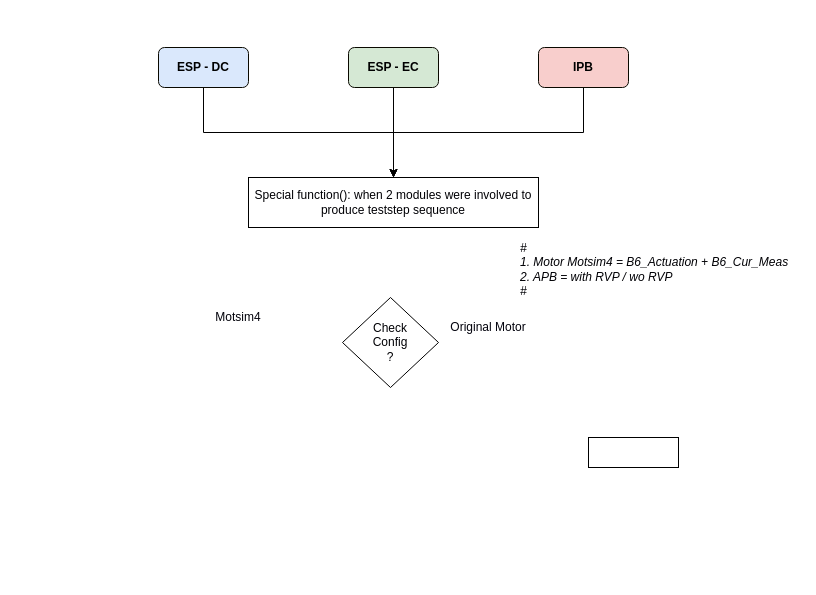
Manideep22/STT keeps this draw.io diagram as page "Page-2" (2 of 2) of Untitled Diagram.drawio. Above is the earlier version. Source tidied: cells renumbered, new cells numbered last; positions are measured from the earlier drawing's top-left corner, leaving out a move shared by most shapes. Both pictures are drawn from the tidied source at 100%, with x=0, y=0 at pixel (158, 47).
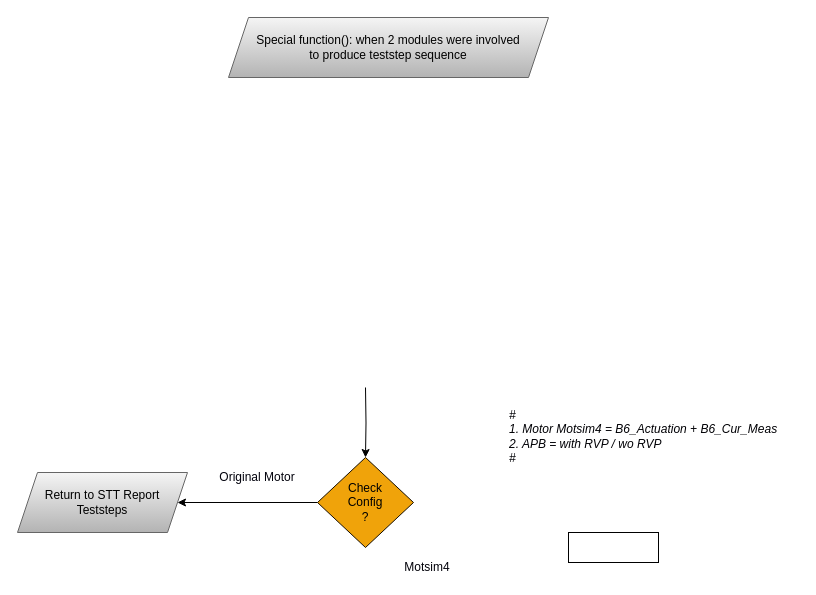
The same page after the edit.

What changed in the source:
```diff
@@
 <mxGraphModel>
   <root>
     <mxCell id="0" />
     <mxCell id="1" parent="0" />
-    <mxCell id="2" value="&lt;div&gt;&lt;br&gt;&lt;/div&gt;&lt;div&gt;Special function(): when 2 modules were involved to produce teststep sequence &lt;/div&gt;&lt;div&gt;&lt;br&gt;&lt;/div&gt;" style="rounded=0;whiteSpace=wrap;html=1;fontColor=#000005;" parent="1" vertex="1">
-      <mxGeometry x="90" y="130" width="290" height="50" as="geometry" />
-    </mxCell>
     <mxCell id="3" value="&lt;div align=&quot;left&quot;&gt;# &lt;br&gt;&lt;/div&gt;&lt;div align=&quot;left&quot;&gt;1. Motor Motsim4 = B6_Actuation + B6_Cur_Meas&lt;/div&gt;&lt;div align=&quot;left&quot;&gt;2. APB = with RVP / wo RVP&lt;/div&gt;&lt;div align=&quot;left&quot;&gt; #&lt;/div&gt;" style="text;html=1;strokeColor=none;fillColor=none;align=left;verticalAlign=middle;whiteSpace=wrap;rounded=0;fontColor=#000005;fontStyle=2;" parent="1" vertex="1">
-      <mxGeometry x="360" y="173" width="280" height="97" as="geometry" />
+      <mxGeometry x="349" y="340" width="280" height="97" as="geometry" />
     </mxCell>
+    <mxCell id="14" style="edgeStyle=orthogonalEdgeStyle;rounded=0;jettySize=auto;html=1;exitX=0;exitY=0.5;exitDx=0;exitDy=0;entryX=1;entryY=0.5;entryDx=0;entryDy=0;" parent="1" edge="1" source="4" target="16">
+      <mxGeometry relative="1" as="geometry" />
+    </mxCell>
-    <mxCell id="4" value="&lt;div&gt;Check &lt;br&gt;&lt;/div&gt;&lt;div&gt;Config&lt;/div&gt;&lt;div&gt;?&lt;br&gt;&lt;/div&gt;" style="rhombus;whiteSpace=wrap;html=1;fontColor=#000005;" parent="1" vertex="1">
-      <mxGeometry x="184" y="250" width="96" height="90" as="geometry" />
+    <mxCell id="4" value="&lt;div&gt;Check &lt;br&gt;&lt;/div&gt;&lt;div&gt;Config&lt;/div&gt;&lt;div&gt;?&lt;br&gt;&lt;/div&gt;" style="rhombus;whiteSpace=wrap;html=1;fontColor=#000000;fillColor=#f0a30a;strokeColor=#170E00;" parent="1" vertex="1">
+      <mxGeometry x="159" y="410" width="96" height="90" as="geometry" />
     </mxCell>
     <mxCell id="5" style="rounded=0;whiteSpace=wrap;html=1;fontColor=#000005;" parent="1" vertex="1">
-      <mxGeometry x="430" y="390" width="90" height="30" as="geometry" />
+      <mxGeometry x="410" y="485" width="90" height="30" as="geometry" />
     </mxCell>
     <mxCell id="6" value="&lt;font color=&quot;#03030D&quot;&gt;Original Motor&lt;/font&gt;" style="text;html=1;strokeColor=none;fillColor=none;align=center;verticalAlign=middle;whiteSpace=wrap;overflow=hidden;labelBackgroundColor=none;fontColor=#3333FF;" parent="1" vertex="1">
-      <mxGeometry x="290" y="270" width="80" height="20" as="geometry" />
+      <mxGeometry x="59" y="420" width="80" height="20" as="geometry" />
     </mxCell>
     <mxCell id="7" value="&lt;font color=&quot;#02020A&quot;&gt;Motsim4&lt;/font&gt;" style="text;html=1;strokeColor=none;fillColor=none;align=center;verticalAlign=middle;whiteSpace=wrap;overflow=hidden;labelBackgroundColor=none;fontColor=#3333FF;" parent="1" vertex="1">
-      <mxGeometry x="40" y="260" width="80" height="20" as="geometry" />
+      <mxGeometry x="229" y="510" width="80" height="20" as="geometry" />
     </mxCell>
-    <mxCell id="8" style="edgeStyle=orthogonalEdgeStyle;rounded=0;jettySize=auto;html=1;exitX=0.5;exitY=1;exitDx=0;exitDy=0;" parent="1" edge="1" source="9" target="2">
-      <mxGeometry relative="1" as="geometry" />
-    </mxCell>
-    <mxCell id="9" value="&lt;b&gt;ESP - DC&lt;/b&gt;" style="rounded=1;whiteSpace=wrap;html=1;labelBackgroundColor=none;fillColor=#dae8fc;strokeColor=#0A0900;" parent="1" vertex="1">
-      <mxGeometry width="90" height="40" as="geometry" />
-    </mxCell>
-    <mxCell id="10" style="edgeStyle=orthogonalEdgeStyle;rounded=0;jettySize=auto;html=1;exitX=0.5;exitY=1;exitDx=0;exitDy=0;entryX=0.5;entryY=0;entryDx=0;entryDy=0;" parent="1" edge="1" source="11" target="2">
-      <mxGeometry relative="1" as="geometry" />
-    </mxCell>
-    <mxCell id="11" value="&lt;b&gt;ESP - EC&lt;/b&gt;" style="rounded=1;whiteSpace=wrap;html=1;fillColor=#d5e8d4;strokeColor=#0A0900;" parent="1" vertex="1">
-      <mxGeometry x="190" width="90" height="40" as="geometry" />
-    </mxCell>
-    <mxCell id="12" style="edgeStyle=orthogonalEdgeStyle;rounded=0;jettySize=auto;html=1;exitX=0.5;exitY=1;exitDx=0;exitDy=0;entryX=0.5;entryY=0;entryDx=0;entryDy=0;" parent="1" edge="1" source="13" target="2">
-      <mxGeometry relative="1" as="geometry" />
-    </mxCell>
-    <mxCell id="13" value="&lt;b&gt;IPB&lt;/b&gt;" style="rounded=1;whiteSpace=wrap;html=1;fillColor=#f8cecc;strokeColor=#0A0900;" parent="1" vertex="1">
-      <mxGeometry x="380" width="90" height="40" as="geometry" />
-    </mxCell>
+    <mxCell id="15" style="edgeStyle=orthogonalEdgeStyle;rounded=0;jettySize=auto;html=1;exitX=0.5;exitY=1;exitDx=0;exitDy=0;" parent="1" edge="1" target="4">
+      <mxGeometry relative="1" as="geometry">
+        <mxPoint x="207" y="340" as="sourcePoint" />
+      </mxGeometry>
+    </mxCell>
+    <mxCell id="16" value="Return to STT Report Teststeps" style="shape=parallelogram;perimeter=parallelogramPerimeter;whiteSpace=wrap;html=1;fixedSize=1;strokeColor=#666666;fillColor=#f5f5f5;gradientColor=#b3b3b3;" parent="1" vertex="1">
+      <mxGeometry x="-141" y="425" width="170" height="60" as="geometry" />
+    </mxCell>
+    <mxCell id="2" value="&lt;div&gt;Special function(): when 2 modules were involved&lt;/div&gt;&lt;div&gt; to produce teststep sequence &lt;/div&gt;" style="shape=parallelogram;perimeter=parallelogramPerimeter;whiteSpace=wrap;html=1;fixedSize=1;fillColor=#f5f5f5;gradientColor=#b3b3b3;strokeColor=#666666;" parent="1" vertex="1">
+      <mxGeometry x="70" y="-30" width="320" height="60" as="geometry" />
+    </mxCell>
   </root>
 </mxGraphModel>
```
